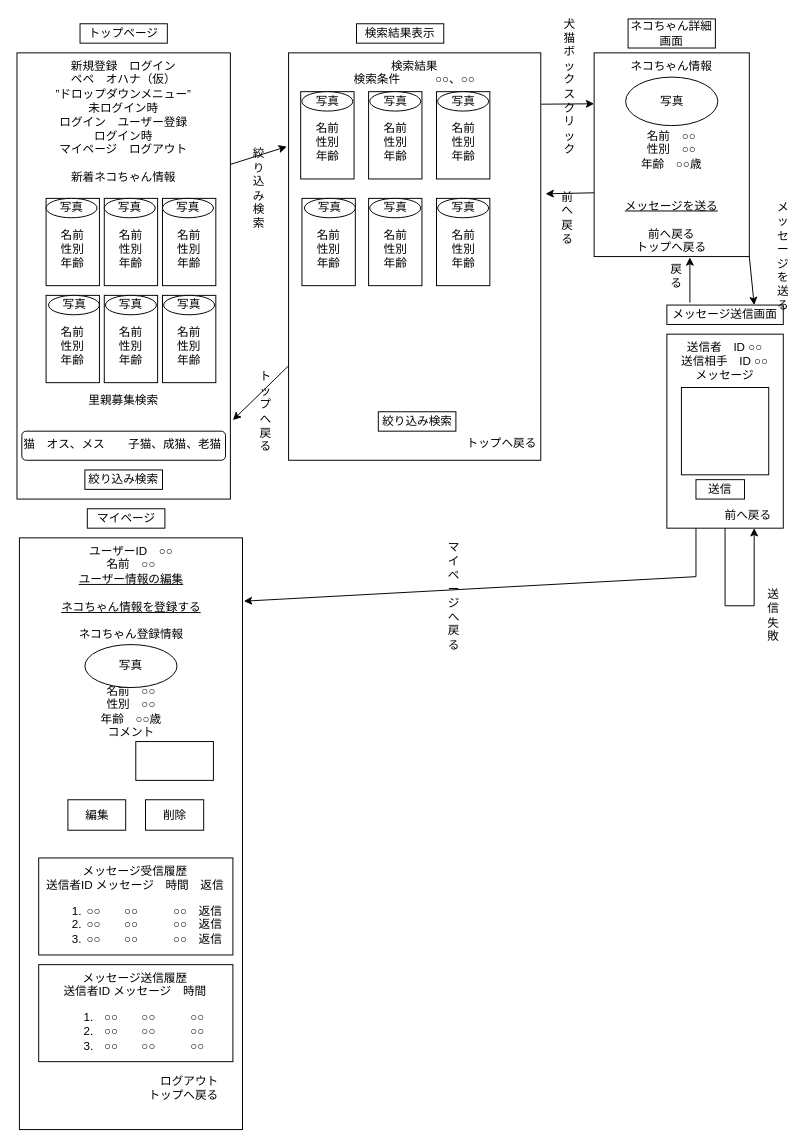
This is Work/画面遷移図/ねこまっち　画面遷移図.drawio from sakuwell/pepe, a draw.io file, before an edit. Source tidied: cells renumbered, new cells numbered last; positions are measured from the earlier drawing's top-left corner, leaving out a move shared by most shapes. Both pictures are drawn from the tidied source at 97%, with x=0, y=0 at pixel (16, 18).
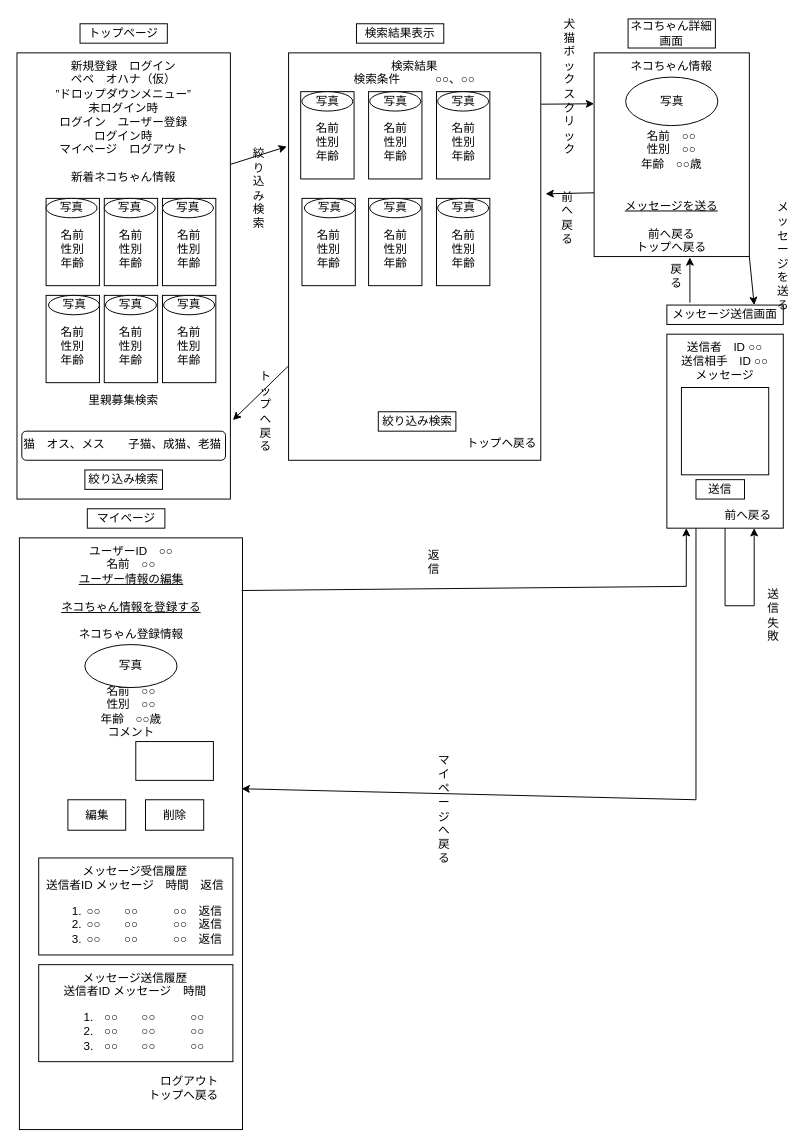
The same page after the edit.

Commit message (it also covers changes not shown here):
仕様書更新

The change refers to these unchanged cells:
```xml
<mxCell id="58" value="送信者　ID ○○&lt;br&gt;送信相手　ID ○○&lt;br&gt;メッセージ&lt;br&gt;&lt;br&gt;&lt;br&gt;&lt;br&gt;&lt;br&gt;&lt;br&gt;&lt;br&gt;&lt;br&gt;&lt;br&gt;&lt;br&gt;　　　　前へ戻る" style="rounded=0;whiteSpace=wrap;html=1;verticalAlign=top;" parent="57" vertex="1">
  <mxGeometry width="120" height="200" as="geometry" />
</mxCell>
<mxCell id="73" value="ユーザーID　○○&lt;br&gt;名前　○○&lt;br&gt;&lt;u&gt;ユーザー情報の編集&lt;/u&gt;&lt;br&gt;&lt;br&gt;&lt;u&gt;ネコちゃん情報を登録する&lt;br&gt;&lt;/u&gt;&lt;br&gt;ネコちゃん登録情報&lt;br&gt;&lt;br&gt;&lt;br&gt;&lt;br&gt;名前　○○&lt;br&gt;性別　○○&lt;br&gt;年齢　○○歳&lt;br&gt;コメント　　　　&lt;br&gt;&lt;br&gt;&lt;br&gt;&lt;br&gt;&lt;span style=&quot;text-align: right; background-color: initial;&quot;&gt;&lt;br&gt;&lt;br&gt;&lt;br&gt;&lt;br&gt;&lt;br&gt;&lt;br&gt;&lt;br&gt;&lt;br&gt;&lt;br&gt;&lt;br&gt;&lt;br&gt;&lt;br&gt;&lt;br&gt;&lt;br&gt;&lt;br&gt;&lt;br&gt;&lt;br&gt;&lt;br&gt;&lt;br&gt;&lt;br&gt;&lt;br&gt;　　　　　　　　　　ログアウト&lt;/span&gt;&lt;br&gt;&lt;div style=&quot;text-align: right;&quot;&gt;トップへ戻る&lt;/div&gt;" style="rounded=0;whiteSpace=wrap;html=1;verticalAlign=top;" parent="72" vertex="1">
  <mxGeometry width="230" height="610" as="geometry" />
</mxCell>
```

Diff of the diagram source:
```diff
@@
-    <mxCell id="68" style="endArrow=classic;html=1;rounded=0;exitX=0.25;exitY=1;exitDx=0;exitDy=0;entryX=1.006;entryY=0.107;entryDx=0;entryDy=0;entryPerimeter=0;" parent="1" edge="1" source="58" target="73">
+    <mxCell id="68" style="endArrow=classic;html=1;rounded=0;exitX=0.25;exitY=1;exitDx=0;exitDy=0;entryX=0.996;entryY=0.424;entryDx=0;entryDy=0;entryPerimeter=0;" parent="1" edge="1" source="58" target="73">
       <mxGeometry relative="1" as="geometry">
         <Array as="points">
-          <mxPoint x="700" y="575" />
+          <mxPoint x="700" y="805" />
         </Array>
       </mxGeometry>
     </mxCell>
@@
     <mxCell id="81" value="マイページへ戻る" style="rounded=0;whiteSpace=wrap;html=1;fillColor=none;strokeColor=none;" parent="1" vertex="1">
-      <mxGeometry x="440" y="585" width="21" height="20" as="geometry" />
+      <mxGeometry x="430" y="805" width="21" height="20" as="geometry" />
     </mxCell>
+    <mxCell id="82" style="endArrow=classic;html=1;rounded=0;exitX=0.996;exitY=0.089;exitDx=0;exitDy=0;exitPerimeter=0;entryX=0.167;entryY=1;entryDx=0;entryDy=0;entryPerimeter=0;" parent="1" edge="1" source="73" target="58">
+      <mxGeometry relative="1" as="geometry">
+        <Array as="points">
+          <mxPoint x="690" y="585" />
+        </Array>
+      </mxGeometry>
+    </mxCell>
+    <mxCell id="83" value="返信" style="rounded=0;whiteSpace=wrap;html=1;fillColor=none;strokeColor=none;" parent="1" vertex="1">
+      <mxGeometry x="420" y="545" width="20" height="30" as="geometry" />
+    </mxCell>
```
